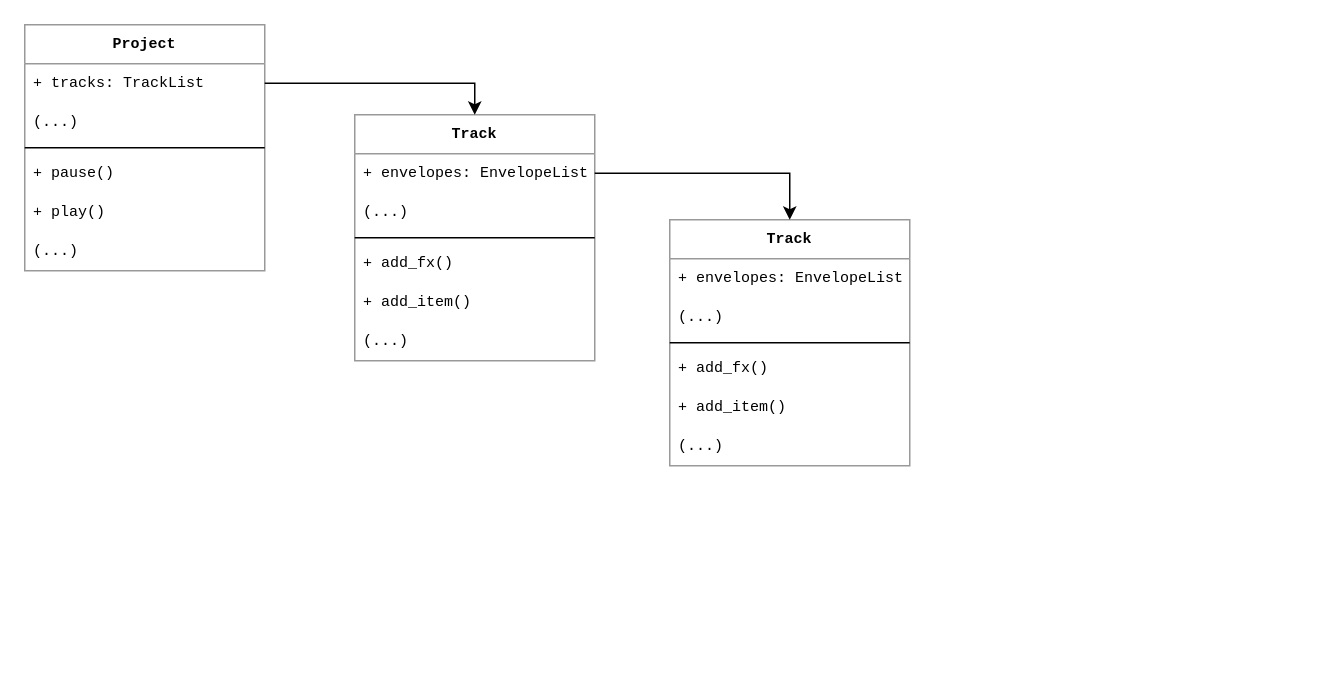
Before: Graphs/reaper-diagram.drawio in odwrocsie/magisterka, a draw.io diagram. Source tidied: cells renumbered, new cells numbered last; positions are measured from the earlier drawing's top-left corner, leaving out a move shared by most shapes. Both pictures are drawn from the tidied source at 150%, with x=0, y=0 at pixel (24, 24).
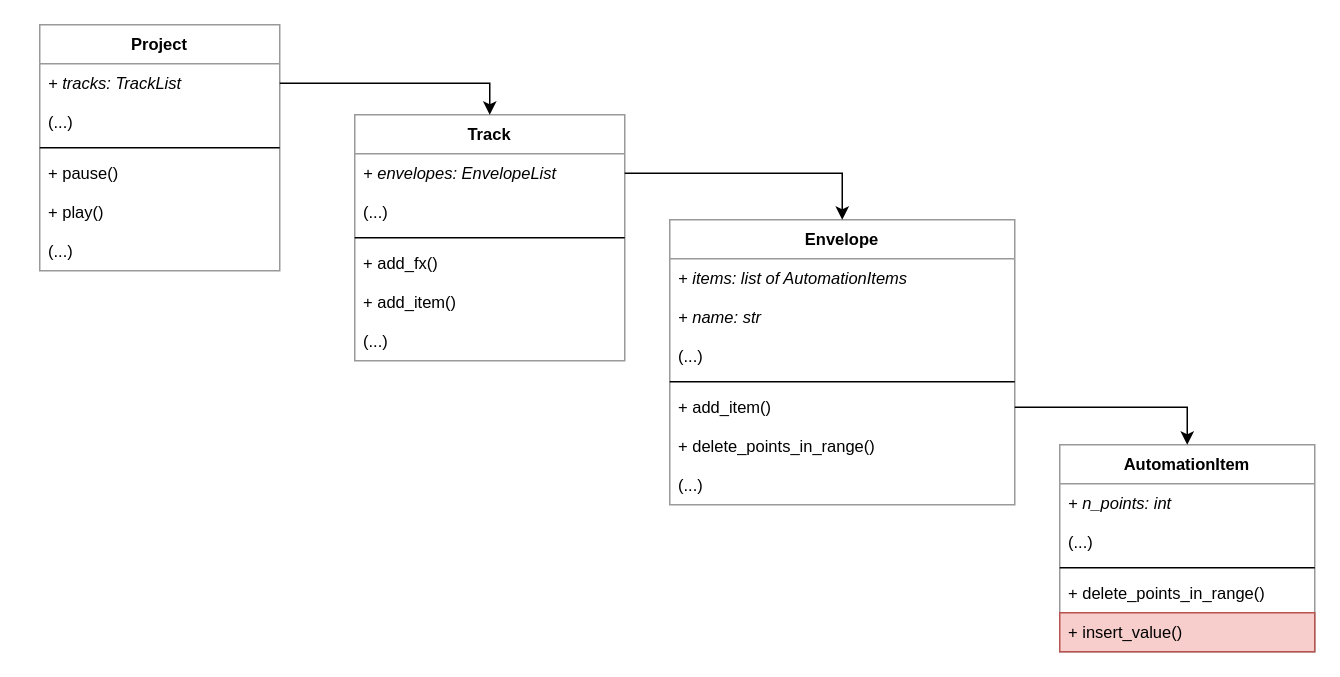
The same page after the edit.

Diff of the diagram source:
```diff
@@
-    <mxCell id="2" value="Project" style="swimlane;fontStyle=1;align=center;verticalAlign=top;horizontal=1;startSize=26;fontFamily=Courier New;fontSize=10;strokeColor=#999999;" parent="1" vertex="1">
-      <mxGeometry width="160" height="164" as="geometry" />
+    <mxCell id="2" value="Project" style="swimlane;fontStyle=1;align=center;verticalAlign=top;horizontal=1;startSize=26;fontFamily=Helvetica;fontSize=11;strokeColor=#999999;" parent="1" vertex="1">
+      <mxGeometry x="10" width="160" height="164" as="geometry" />
     </mxCell>
-    <mxCell id="3" value="+ tracks: TrackList" style="text;strokeColor=none;fillColor=none;align=left;verticalAlign=top;spacingLeft=4;spacingRight=4;overflow=hidden;points=[[0,0.5],[1,0.5]];portConstraint=eastwest;fontFamily=Courier New;fontSize=10;" parent="2" vertex="1">
+    <mxCell id="3" value="+ tracks: TrackList" style="text;strokeColor=none;fillColor=none;align=left;verticalAlign=top;spacingLeft=4;spacingRight=4;overflow=hidden;points=[[0,0.5],[1,0.5]];portConstraint=eastwest;fontFamily=Helvetica;fontSize=11;fontStyle=2;" parent="2" vertex="1">
       <mxGeometry y="26" width="160" height="26" as="geometry" />
     </mxCell>
-    <mxCell id="4" value="(...)" style="text;strokeColor=none;fillColor=none;align=left;verticalAlign=top;spacingLeft=4;spacingRight=4;overflow=hidden;fontFamily=Courier New;fontSize=10;" parent="2" vertex="1">
+    <mxCell id="4" value="(...)" style="text;strokeColor=none;fillColor=none;align=left;verticalAlign=top;spacingLeft=4;spacingRight=4;overflow=hidden;fontFamily=Helvetica;fontSize=11;horizontal=1;" parent="2" vertex="1">
       <mxGeometry y="52" width="160" height="26" as="geometry" />
     </mxCell>
-    <mxCell id="5" style="line;strokeWidth=1;fillColor=none;align=left;verticalAlign=middle;spacingTop=-1;spacingLeft=3;spacingRight=3;labelPosition=right;fontFamily=Courier New;fontSize=10;" parent="2" vertex="1">
+    <mxCell id="5" style="line;strokeWidth=1;fillColor=none;align=left;verticalAlign=middle;spacingTop=-1;spacingLeft=3;spacingRight=3;labelPosition=right;fontFamily=Helvetica;fontSize=11;" parent="2" vertex="1">
       <mxGeometry y="78" width="160" height="8" as="geometry" />
     </mxCell>
-    <mxCell id="6" value="+ pause()" style="text;strokeColor=none;fillColor=none;align=left;verticalAlign=top;spacingLeft=4;spacingRight=4;overflow=hidden;fontFamily=Courier New;fontSize=10;" parent="2" vertex="1">
+    <mxCell id="6" value="+ pause()" style="text;strokeColor=none;fillColor=none;align=left;verticalAlign=top;spacingLeft=4;spacingRight=4;overflow=hidden;fontFamily=Helvetica;fontSize=11;" parent="2" vertex="1">
       <mxGeometry y="86" width="160" height="26" as="geometry" />
     </mxCell>
-    <mxCell id="7" value="+ play()" style="text;strokeColor=none;fillColor=none;align=left;verticalAlign=top;spacingLeft=4;spacingRight=4;overflow=hidden;fontFamily=Courier New;fontSize=10;" parent="2" vertex="1">
+    <mxCell id="7" value="+ play()" style="text;strokeColor=none;fillColor=none;align=left;verticalAlign=top;spacingLeft=4;spacingRight=4;overflow=hidden;fontFamily=Helvetica;fontSize=11;" parent="2" vertex="1">
       <mxGeometry y="112" width="160" height="26" as="geometry" />
     </mxCell>
-    <mxCell id="8" value="(...)" style="text;strokeColor=none;fillColor=none;align=left;verticalAlign=top;spacingLeft=4;spacingRight=4;overflow=hidden;fontFamily=Courier New;fontSize=10;" parent="2" vertex="1">
+    <mxCell id="8" value="(...)" style="text;strokeColor=none;fillColor=none;align=left;verticalAlign=top;spacingLeft=4;spacingRight=4;overflow=hidden;fontFamily=Helvetica;fontSize=11;" parent="2" vertex="1">
       <mxGeometry y="138" width="160" height="26" as="geometry" />
     </mxCell>
-    <mxCell id="9" value="Track" style="swimlane;fontStyle=1;align=center;verticalAlign=top;horizontal=1;startSize=26;fontFamily=Courier New;fontSize=10;strokeColor=#999999;" parent="1" vertex="1">
-      <mxGeometry x="220" y="60" width="160" height="164" as="geometry" />
+    <mxCell id="9" value="Track" style="swimlane;fontStyle=1;align=center;verticalAlign=top;horizontal=1;startSize=26;fontFamily=Helvetica;fontSize=11;strokeColor=#999999;" parent="1" vertex="1">
+      <mxGeometry x="220" y="60" width="180" height="164" as="geometry" />
     </mxCell>
-    <mxCell id="10" value="+ envelopes: EnvelopeList" style="text;strokeColor=none;fillColor=none;align=left;verticalAlign=top;spacingLeft=4;spacingRight=4;overflow=hidden;points=[[0,0.5],[1,0.5]];portConstraint=eastwest;fontFamily=Courier New;fontSize=10;" parent="9" vertex="1">
-      <mxGeometry y="26" width="160" height="26" as="geometry" />
+    <mxCell id="10" value="+ envelopes: EnvelopeList" style="text;strokeColor=none;fillColor=none;align=left;verticalAlign=top;spacingLeft=4;spacingRight=4;overflow=hidden;points=[[0,0.5],[1,0.5]];portConstraint=eastwest;fontFamily=Helvetica;fontSize=11;fontStyle=2;" parent="9" vertex="1">
+      <mxGeometry y="26" width="180" height="26" as="geometry" />
     </mxCell>
-    <mxCell id="11" value="(...)" style="text;strokeColor=none;fillColor=none;align=left;verticalAlign=top;spacingLeft=4;spacingRight=4;overflow=hidden;fontFamily=Courier New;fontSize=10;" parent="9" vertex="1">
-      <mxGeometry y="52" width="160" height="26" as="geometry" />
+    <mxCell id="11" value="(...)" style="text;strokeColor=none;fillColor=none;align=left;verticalAlign=top;spacingLeft=4;spacingRight=4;overflow=hidden;fontFamily=Helvetica;fontSize=11;" parent="9" vertex="1">
+      <mxGeometry y="52" width="180" height="26" as="geometry" />
     </mxCell>
-    <mxCell id="12" style="line;strokeWidth=1;fillColor=none;align=left;verticalAlign=middle;spacingTop=-1;spacingLeft=3;spacingRight=3;labelPosition=right;fontFamily=Courier New;fontSize=10;" parent="9" vertex="1">
-      <mxGeometry y="78" width="160" height="8" as="geometry" />
+    <mxCell id="12" style="line;strokeWidth=1;fillColor=none;align=left;verticalAlign=middle;spacingTop=-1;spacingLeft=3;spacingRight=3;labelPosition=right;fontFamily=Helvetica;fontSize=11;" parent="9" vertex="1">
+      <mxGeometry y="78" width="180" height="8" as="geometry" />
     </mxCell>
-    <mxCell id="13" value="+ add_fx()" style="text;strokeColor=none;fillColor=none;align=left;verticalAlign=top;spacingLeft=4;spacingRight=4;overflow=hidden;fontFamily=Courier New;fontSize=10;" parent="9" vertex="1">
-      <mxGeometry y="86" width="160" height="26" as="geometry" />
+    <mxCell id="13" value="+ add_fx()" style="text;strokeColor=none;fillColor=none;align=left;verticalAlign=top;spacingLeft=4;spacingRight=4;overflow=hidden;fontFamily=Helvetica;fontSize=11;" parent="9" vertex="1">
+      <mxGeometry y="86" width="180" height="26" as="geometry" />
     </mxCell>
-    <mxCell id="14" value="+ add_item()" style="text;strokeColor=none;fillColor=none;align=left;verticalAlign=top;spacingLeft=4;spacingRight=4;overflow=hidden;fontFamily=Courier New;fontSize=10;" parent="9" vertex="1">
-      <mxGeometry y="112" width="160" height="26" as="geometry" />
+    <mxCell id="14" value="+ add_item()" style="text;strokeColor=none;fillColor=none;align=left;verticalAlign=top;spacingLeft=4;spacingRight=4;overflow=hidden;fontFamily=Helvetica;fontSize=11;" parent="9" vertex="1">
+      <mxGeometry y="112" width="180" height="26" as="geometry" />
     </mxCell>
-    <mxCell id="15" value="(...)" style="text;strokeColor=none;fillColor=none;align=left;verticalAlign=top;spacingLeft=4;spacingRight=4;overflow=hidden;fontFamily=Courier New;fontSize=10;" parent="9" vertex="1">
-      <mxGeometry y="138" width="160" height="26" as="geometry" />
+    <mxCell id="15" value="(...)" style="text;strokeColor=none;fillColor=none;align=left;verticalAlign=top;spacingLeft=4;spacingRight=4;overflow=hidden;fontFamily=Helvetica;fontSize=11;" parent="9" vertex="1">
+      <mxGeometry y="138" width="180" height="26" as="geometry" />
     </mxCell>
-    <mxCell id="16" style="edgeStyle=orthogonalEdgeStyle;rounded=0;jettySize=auto;html=1;exitX=1;exitY=0.5;exitDx=0;exitDy=0;entryX=0.5;entryY=0;entryDx=0;entryDy=0;fontFamily=Courier New;fontSize=10;" parent="1" edge="1" source="3" target="9">
+    <mxCell id="16" style="edgeStyle=orthogonalEdgeStyle;rounded=0;jettySize=auto;html=1;exitX=1;exitY=0.5;exitDx=0;exitDy=0;entryX=0.5;entryY=0;entryDx=0;entryDy=0;fontFamily=Helvetica;fontSize=11;" parent="1" edge="1" source="3" target="9">
       <mxGeometry relative="1" as="geometry" />
     </mxCell>
-    <mxCell id="17" value="Track" style="swimlane;fontStyle=1;align=center;verticalAlign=top;horizontal=1;startSize=26;fontFamily=Courier New;fontSize=10;strokeColor=#999999;" parent="1" vertex="1">
-      <mxGeometry x="430" y="130" width="160" height="164" as="geometry" />
+    <mxCell id="17" value="Envelope" style="swimlane;fontStyle=1;align=center;verticalAlign=top;horizontal=1;startSize=26;fontFamily=Helvetica;fontSize=11;strokeColor=#999999;" parent="1" vertex="1">
+      <mxGeometry x="430" y="130" width="230" height="190" as="geometry" />
     </mxCell>
-    <mxCell id="18" value="+ envelopes: EnvelopeList" style="text;strokeColor=none;fillColor=none;align=left;verticalAlign=top;spacingLeft=4;spacingRight=4;overflow=hidden;fontFamily=Courier New;fontSize=10;" parent="17" vertex="1">
-      <mxGeometry y="26" width="160" height="26" as="geometry" />
+    <mxCell id="18" value="+ items: list of AutomationItems" style="text;strokeColor=none;fillColor=none;align=left;verticalAlign=top;spacingLeft=4;spacingRight=4;overflow=hidden;fontFamily=Helvetica;fontSize=11;fontStyle=2;" parent="17" vertex="1">
+      <mxGeometry y="26" width="230" height="26" as="geometry" />
     </mxCell>
+    <mxCell id="25" value="+ name: str" style="text;strokeColor=none;fillColor=none;align=left;verticalAlign=top;spacingLeft=4;spacingRight=4;overflow=hidden;fontFamily=Helvetica;fontSize=11;fontStyle=2;" parent="17" vertex="1">
+      <mxGeometry y="52" width="230" height="26" as="geometry" />
+    </mxCell>
-    <mxCell id="19" value="(...)" style="text;strokeColor=none;fillColor=none;align=left;verticalAlign=top;spacingLeft=4;spacingRight=4;overflow=hidden;fontFamily=Courier New;fontSize=10;" parent="17" vertex="1">
-      <mxGeometry y="52" width="160" height="26" as="geometry" />
+    <mxCell id="19" value="(...)" style="text;strokeColor=none;fillColor=none;align=left;verticalAlign=top;spacingLeft=4;spacingRight=4;overflow=hidden;fontFamily=Helvetica;fontSize=11;" parent="17" vertex="1">
+      <mxGeometry y="78" width="230" height="26" as="geometry" />
     </mxCell>
-    <mxCell id="20" style="line;strokeWidth=1;fillColor=none;align=left;verticalAlign=middle;spacingTop=-1;spacingLeft=3;spacingRight=3;labelPosition=right;fontFamily=Courier New;fontSize=10;" parent="17" vertex="1">
-      <mxGeometry y="78" width="160" height="8" as="geometry" />
+    <mxCell id="20" style="line;strokeWidth=1;fillColor=none;align=left;verticalAlign=middle;spacingTop=-1;spacingLeft=3;spacingRight=3;labelPosition=right;fontFamily=Helvetica;fontSize=11;" parent="17" vertex="1">
+      <mxGeometry y="104" width="230" height="8" as="geometry" />
     </mxCell>
+    <mxCell id="22" value="+ add_item()" style="text;strokeColor=none;fillColor=none;align=left;verticalAlign=top;spacingLeft=4;spacingRight=4;overflow=hidden;points=[[0,0.5],[1,0.5]];portConstraint=eastwest;fontFamily=Helvetica;fontSize=11;" parent="17" vertex="1">
+      <mxGeometry y="112" width="230" height="26" as="geometry" />
+    </mxCell>
-    <mxCell id="21" value="+ add_fx()" style="text;strokeColor=none;fillColor=none;align=left;verticalAlign=top;spacingLeft=4;spacingRight=4;overflow=hidden;fontFamily=Courier New;fontSize=10;" parent="17" vertex="1">
-      <mxGeometry y="86" width="160" height="26" as="geometry" />
+    <mxCell id="21" value="+ delete_points_in_range()" style="text;strokeColor=none;fillColor=none;align=left;verticalAlign=top;spacingLeft=4;spacingRight=4;overflow=hidden;fontFamily=Helvetica;fontSize=11;" parent="17" vertex="1">
+      <mxGeometry y="138" width="230" height="26" as="geometry" />
     </mxCell>
-    <mxCell id="22" value="+ add_item()" style="text;strokeColor=none;fillColor=none;align=left;verticalAlign=top;spacingLeft=4;spacingRight=4;overflow=hidden;points=[[0,0.5],[1,0.5]];portConstraint=eastwest;fontFamily=Courier New;fontSize=10;" parent="17" vertex="1">
-      <mxGeometry y="112" width="160" height="26" as="geometry" />
-    </mxCell>
-    <mxCell id="23" value="(...)" style="text;strokeColor=none;fillColor=none;align=left;verticalAlign=top;spacingLeft=4;spacingRight=4;overflow=hidden;fontFamily=Courier New;fontSize=10;" parent="17" vertex="1">
-      <mxGeometry y="138" width="160" height="26" as="geometry" />
+    <mxCell id="23" value="(...)" style="text;strokeColor=none;fillColor=none;align=left;verticalAlign=top;spacingLeft=4;spacingRight=4;overflow=hidden;fontFamily=Helvetica;fontSize=11;" parent="17" vertex="1">
+      <mxGeometry y="164" width="230" height="26" as="geometry" />
     </mxCell>
-    <mxCell id="24" style="edgeStyle=orthogonalEdgeStyle;rounded=0;jettySize=auto;html=1;exitX=1;exitY=0.5;exitDx=0;exitDy=0;fontFamily=Courier New;fontSize=10;entryX=0.5;entryY=0;entryDx=0;entryDy=0;" parent="1" edge="1" source="10" target="17">
+    <mxCell id="24" style="edgeStyle=orthogonalEdgeStyle;rounded=0;jettySize=auto;html=1;exitX=1;exitY=0.5;exitDx=0;exitDy=0;fontFamily=Helvetica;fontSize=11;entryX=0.5;entryY=0;entryDx=0;entryDy=0;" parent="1" edge="1" source="10" target="17">
       <mxGeometry relative="1" as="geometry" />
     </mxCell>
+    <mxCell id="26" value="AutomationItem" style="swimlane;fontStyle=1;align=center;verticalAlign=top;horizontal=1;startSize=26;fontFamily=Helvetica;fontSize=11;strokeColor=#999999;" parent="1" vertex="1">
+      <mxGeometry x="690" y="280" width="170" height="138" as="geometry" />
+    </mxCell>
+    <mxCell id="27" value="+ n_points: int" style="text;strokeColor=none;fillColor=none;align=left;verticalAlign=top;spacingLeft=4;spacingRight=4;overflow=hidden;fontFamily=Helvetica;fontSize=11;fontStyle=2;" parent="26" vertex="1">
+      <mxGeometry y="26" width="170" height="26" as="geometry" />
+    </mxCell>
+    <mxCell id="28" value="(...)" style="text;strokeColor=none;fillColor=none;align=left;verticalAlign=top;spacingLeft=4;spacingRight=4;overflow=hidden;fontFamily=Helvetica;fontSize=11;" parent="26" vertex="1">
+      <mxGeometry y="52" width="170" height="26" as="geometry" />
+    </mxCell>
+    <mxCell id="29" style="line;strokeWidth=1;fillColor=none;align=left;verticalAlign=middle;spacingTop=-1;spacingLeft=3;spacingRight=3;labelPosition=right;fontFamily=Helvetica;fontSize=11;" parent="26" vertex="1">
+      <mxGeometry y="78" width="170" height="8" as="geometry" />
+    </mxCell>
+    <mxCell id="30" value="+ delete_points_in_range()" style="text;strokeColor=none;fillColor=none;align=left;verticalAlign=top;spacingLeft=4;spacingRight=4;overflow=hidden;fontFamily=Helvetica;fontSize=11;" parent="26" vertex="1">
+      <mxGeometry y="86" width="170" height="26" as="geometry" />
+    </mxCell>
+    <mxCell id="31" value="+ insert_value()" style="text;strokeColor=#b85450;fillColor=#f8cecc;align=left;verticalAlign=top;spacingLeft=4;spacingRight=4;overflow=hidden;fontFamily=Helvetica;fontSize=11;" parent="26" vertex="1">
+      <mxGeometry y="112" width="170" height="26" as="geometry" />
+    </mxCell>
+    <mxCell id="32" style="edgeStyle=orthogonalEdgeStyle;rounded=0;jettySize=auto;html=1;exitX=1;exitY=0.5;exitDx=0;exitDy=0;entryX=0.5;entryY=0;entryDx=0;entryDy=0;fontFamily=Helvetica;fontSize=11;" parent="1" edge="1" source="22" target="26">
+      <mxGeometry relative="1" as="geometry" />
+    </mxCell>
```
